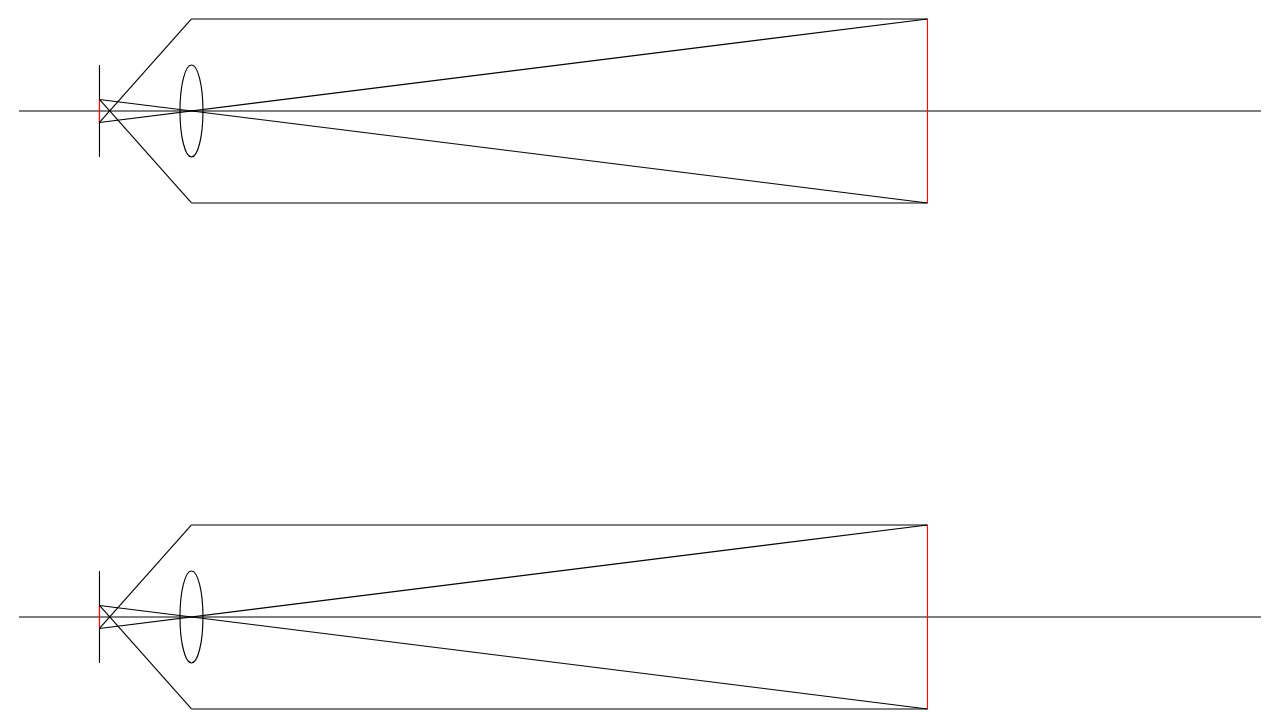
ctsutake/opt keeps this draw.io diagram as Untitled Diagram.drawio. Above is the earlier version. Source tidied: cells renumbered, new cells numbered last; positions are measured from the earlier drawing's top-left corner, leaving out a move shared by most shapes. Both pictures are drawn from the tidied source at 115%, with x=0, y=0 at pixel (18, 18).
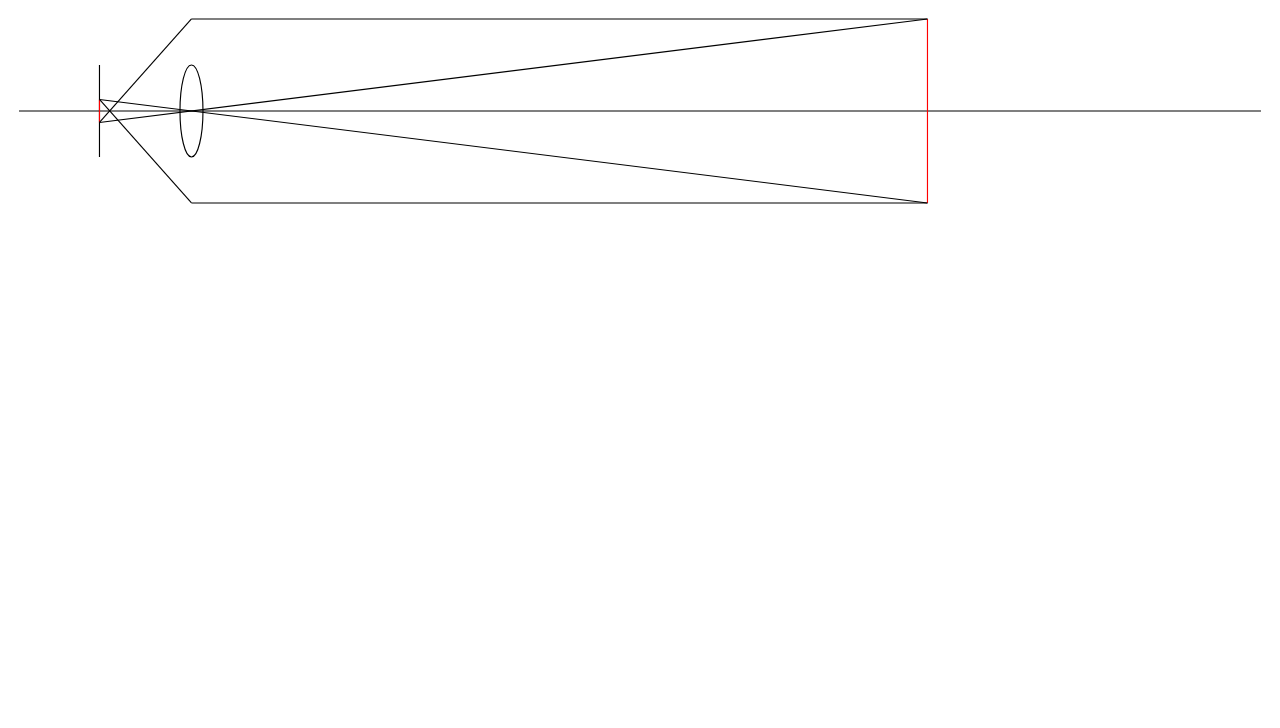
Above is the later version.

What changed in the source:
```diff
@@
-    <mxCell id="13" style="endArrow=none;html=1;" parent="1" edge="1">
-      <mxGeometry relative="1" as="geometry">
-        <mxPoint y="520" as="sourcePoint" />
-        <mxPoint x="1080" y="520" as="targetPoint" />
-      </mxGeometry>
-    </mxCell>
-    <mxCell id="14" style="endArrow=none;html=1;" parent="1" edge="1">
-      <mxGeometry relative="1" as="geometry">
-        <mxPoint x="70" y="560" as="sourcePoint" />
-        <mxPoint x="70" y="480" as="targetPoint" />
-      </mxGeometry>
-    </mxCell>
-    <mxCell id="15" style="endArrow=none;html=1;strokeColor=#FF0000;" parent="1" edge="1">
-      <mxGeometry relative="1" as="geometry">
-        <mxPoint x="70" y="530" as="sourcePoint" />
-        <mxPoint x="70" y="510" as="targetPoint" />
-      </mxGeometry>
-    </mxCell>
-    <mxCell id="16" style="ellipse;whiteSpace=wrap;html=1;strokeColor=#000000;fillColor=none;" parent="1" vertex="1">
-      <mxGeometry x="140" y="480" width="20" height="80" as="geometry" />
-    </mxCell>
-    <mxCell id="17" style="endArrow=none;html=1;" parent="1" edge="1">
-      <mxGeometry relative="1" as="geometry">
-        <mxPoint x="70" y="510" as="sourcePoint" />
-        <mxPoint x="790" y="600" as="targetPoint" />
-      </mxGeometry>
-    </mxCell>
-    <mxCell id="18" style="endArrow=none;html=1;strokeColor=#000000;" parent="1" edge="1">
-      <mxGeometry relative="1" as="geometry">
-        <mxPoint x="70" y="530" as="sourcePoint" />
-        <mxPoint x="790" y="440" as="targetPoint" />
-      </mxGeometry>
-    </mxCell>
-    <mxCell id="19" style="endArrow=none;html=1;strokeColor=#FF0000;" parent="1" edge="1">
-      <mxGeometry relative="1" as="geometry">
-        <mxPoint x="790" y="600" as="sourcePoint" />
-        <mxPoint x="790" y="440" as="targetPoint" />
-      </mxGeometry>
-    </mxCell>
-    <mxCell id="20" style="endArrow=none;html=1;" parent="1" edge="1">
-      <mxGeometry relative="1" as="geometry">
-        <mxPoint x="150" y="440" as="sourcePoint" />
-        <mxPoint x="790" y="440" as="targetPoint" />
-      </mxGeometry>
-    </mxCell>
-    <mxCell id="21" style="endArrow=none;html=1;strokeColor=#000000;" parent="1" edge="1">
-      <mxGeometry relative="1" as="geometry">
-        <mxPoint x="70" y="530" as="sourcePoint" />
-        <mxPoint x="150" y="440" as="targetPoint" />
-      </mxGeometry>
-    </mxCell>
-    <mxCell id="22" style="endArrow=none;html=1;strokeColor=#000000;" parent="1" edge="1">
-      <mxGeometry relative="1" as="geometry">
-        <mxPoint x="70" y="510" as="sourcePoint" />
-        <mxPoint x="150" y="600" as="targetPoint" />
-      </mxGeometry>
-    </mxCell>
-    <mxCell id="23" style="endArrow=none;html=1;strokeColor=#000000;" parent="1" edge="1">
-      <mxGeometry relative="1" as="geometry">
-        <mxPoint x="150" y="600" as="sourcePoint" />
-        <mxPoint x="790" y="600" as="targetPoint" />
-      </mxGeometry>
-    </mxCell>
```
